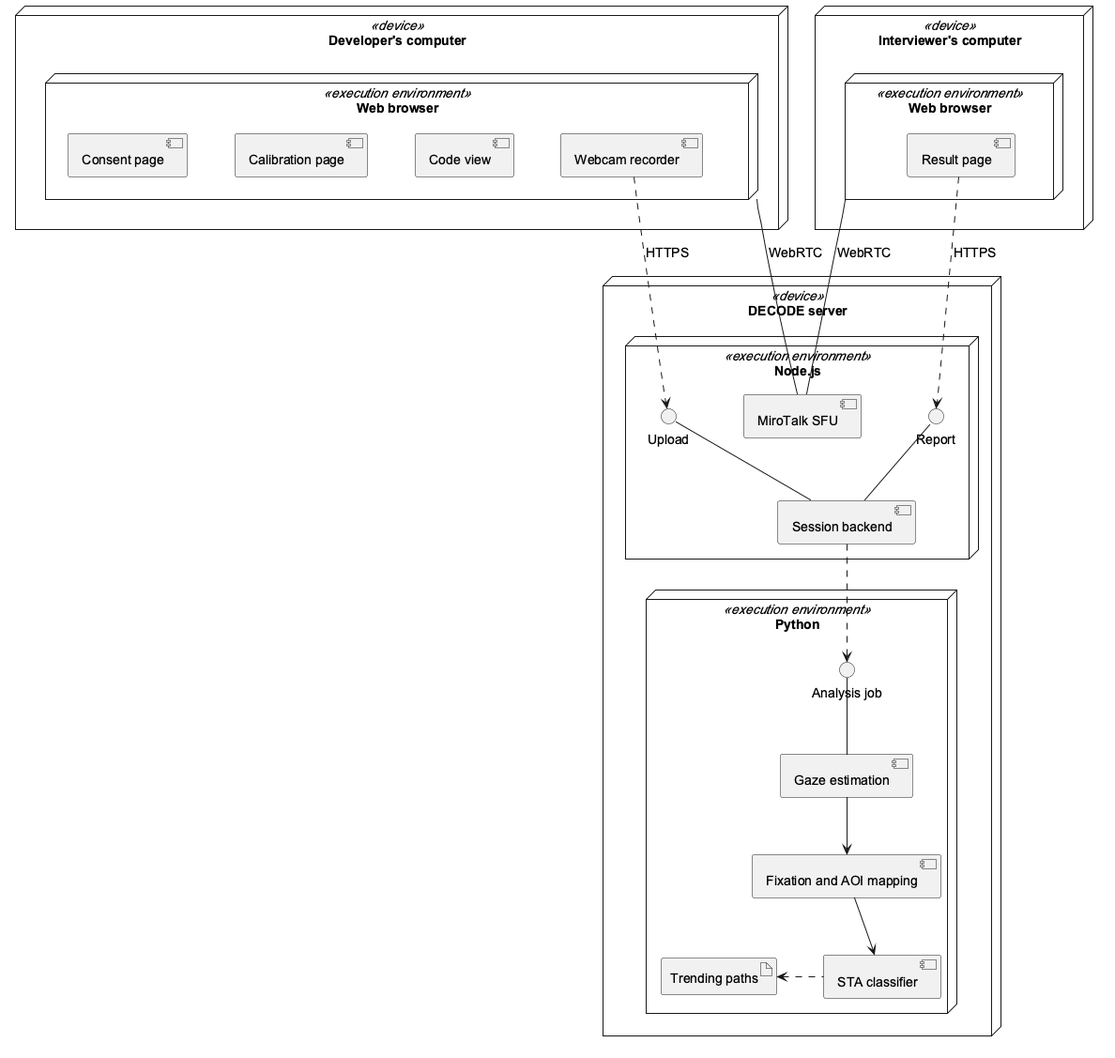
Before: docs/sdd/component-deployment.png, a diagram exported from PlantUML (memoksin/DECODE).
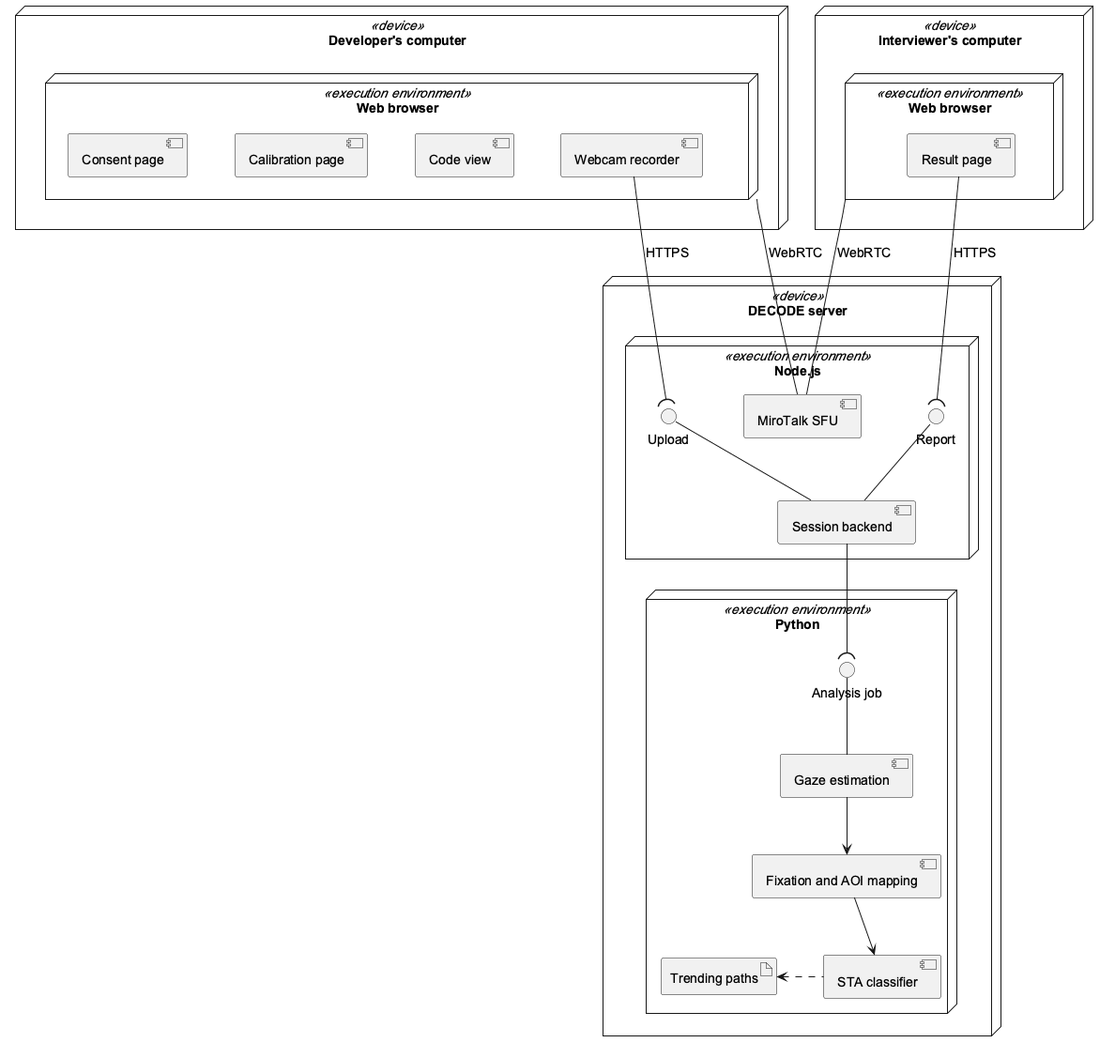
After the commit.

Commit message:
docs: use ball-and-socket interfaces in SDD component diagram (DEC-72)

The edit, as a diff of the source:
```diff
@@ -44,12 +44,12 @@
 DevBrowser -- SFU : WebRTC
 IntBrowser -- SFU : WebRTC
 
-Recorder ..> IUpload : HTTPS
+Recorder --( IUpload : HTTPS
 IUpload -- Backend
-Result ..> IReport : HTTPS
+Result --( IReport : HTTPS
 IReport -- Backend
 
-Backend ..> IJob
+Backend --( IJob
 IJob -- Gaze
 Gaze -down-> AOI
 AOI -down-> STA
```
